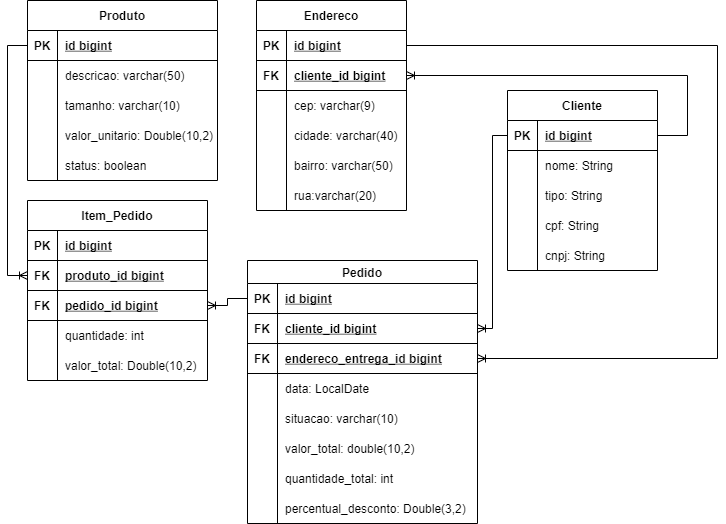
Above: outros-documentos/mer_atualizado.drawio.png in ambrosiaandrade/proway-vissemodas (draw.io), before the change. Source tidied: cells renumbered, new cells last; positions are measured from the earlier drawing's top-left corner, leaving out a move shared by most shapes.
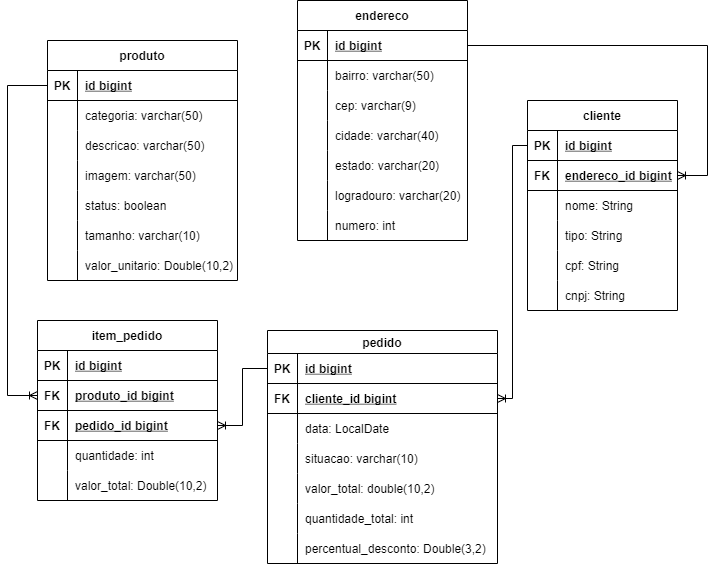
Later version of the same file.

Commit message:
Atualizando o MER do Banco

Diff of the diagram source:
```diff
@@ -4,4 +4,4 @@
     <mxCell id="1" parent="0" />
-    <mxCell id="2" value="Produto" style="shape=table;startSize=30;rowLines=0;fontStyle=1;align=center;" parent="1" vertex="1">
-      <mxGeometry x="20" width="190" height="180" as="geometry" />
+    <mxCell id="2" value="produto" style="shape=table;startSize=30;rowLines=0;fontStyle=1;align=center;" parent="1" vertex="1">
+      <mxGeometry x="20" y="30" width="190" height="240" as="geometry" />
     </mxCell>
@@ -16,4 +16,22 @@
     </mxCell>
+    <mxCell id="99" style="shape=partialRectangle;fillColor=none;top=0;left=0;bottom=0;right=0;" parent="2" vertex="1">
+      <mxGeometry y="60" width="190" height="30" as="geometry" />
+    </mxCell>
+    <mxCell id="100" style="shape=partialRectangle;fillColor=none;top=0;left=0;bottom=0;right=0;overflow=hidden;" parent="99" vertex="1">
+      <mxGeometry width="30" height="30" as="geometry" />
+    </mxCell>
+    <mxCell id="101" value="categoria: varchar(50)" style="shape=partialRectangle;fillColor=none;top=0;left=0;bottom=0;right=0;align=left;spacingLeft=6;overflow=hidden;" parent="99" vertex="1">
+      <mxGeometry x="30" width="160" height="30" as="geometry" />
+    </mxCell>
+    <mxCell id="102" style="shape=partialRectangle;fillColor=none;top=0;left=0;bottom=0;right=0;" parent="2" vertex="1">
+      <mxGeometry y="90" width="190" height="30" as="geometry" />
+    </mxCell>
+    <mxCell id="103" style="shape=partialRectangle;fillColor=none;top=0;left=0;bottom=0;right=0;overflow=hidden;" parent="102" vertex="1">
+      <mxGeometry width="30" height="30" as="geometry" />
+    </mxCell>
+    <mxCell id="104" value="descricao: varchar(50)" style="shape=partialRectangle;fillColor=none;top=0;left=0;bottom=0;right=0;align=left;spacingLeft=6;overflow=hidden;" parent="102" vertex="1">
+      <mxGeometry x="30" width="160" height="30" as="geometry" />
+    </mxCell>
     <mxCell id="6" style="shape=partialRectangle;fillColor=none;top=0;left=0;bottom=0;right=0;" parent="2" vertex="1">
-      <mxGeometry y="60" width="190" height="30" as="geometry" />
+      <mxGeometry y="120" width="190" height="30" as="geometry" />
     </mxCell>
@@ -22,7 +40,16 @@
     </mxCell>
-    <mxCell id="8" value="descricao: varchar(50)" style="shape=partialRectangle;fillColor=none;top=0;left=0;bottom=0;right=0;align=left;spacingLeft=6;overflow=hidden;" parent="6" vertex="1">
+    <mxCell id="8" value="imagem: varchar(50)" style="shape=partialRectangle;fillColor=none;top=0;left=0;bottom=0;right=0;align=left;spacingLeft=6;overflow=hidden;" parent="6" vertex="1">
       <mxGeometry x="30" width="160" height="30" as="geometry" />
     </mxCell>
+    <mxCell id="15" style="shape=partialRectangle;fillColor=none;top=0;left=0;bottom=0;right=0;" parent="2" vertex="1">
+      <mxGeometry y="150" width="190" height="30" as="geometry" />
+    </mxCell>
+    <mxCell id="16" style="shape=partialRectangle;fillColor=none;top=0;left=0;bottom=0;right=0;overflow=hidden;" parent="15" vertex="1">
+      <mxGeometry width="30" height="30" as="geometry" />
+    </mxCell>
+    <mxCell id="17" value="status: boolean" style="shape=partialRectangle;fillColor=none;top=0;left=0;bottom=0;right=0;align=left;spacingLeft=6;overflow=hidden;" parent="15" vertex="1">
+      <mxGeometry x="30" width="160" height="30" as="geometry" />
+    </mxCell>
     <mxCell id="9" style="shape=partialRectangle;fillColor=none;top=0;left=0;bottom=0;right=0;" parent="2" vertex="1">
-      <mxGeometry y="90" width="190" height="30" as="geometry" />
+      <mxGeometry y="180" width="190" height="30" as="geometry" />
     </mxCell>
@@ -35,3 +62,3 @@
     <mxCell id="12" style="shape=partialRectangle;fillColor=none;top=0;left=0;bottom=0;right=0;" parent="2" vertex="1">
-      <mxGeometry y="120" width="190" height="30" as="geometry" />
+      <mxGeometry y="210" width="190" height="30" as="geometry" />
     </mxCell>
@@ -43,13 +70,4 @@
     </mxCell>
-    <mxCell id="15" style="shape=partialRectangle;fillColor=none;top=0;left=0;bottom=0;right=0;" parent="2" vertex="1">
-      <mxGeometry y="150" width="190" height="30" as="geometry" />
-    </mxCell>
-    <mxCell id="16" style="shape=partialRectangle;fillColor=none;top=0;left=0;bottom=0;right=0;overflow=hidden;" parent="15" vertex="1">
-      <mxGeometry width="30" height="30" as="geometry" />
-    </mxCell>
-    <mxCell id="17" value="status: boolean" style="shape=partialRectangle;fillColor=none;top=0;left=0;bottom=0;right=0;align=left;spacingLeft=6;overflow=hidden;" parent="15" vertex="1">
-      <mxGeometry x="30" width="160" height="30" as="geometry" />
-    </mxCell>
-    <mxCell id="18" value="Pedido" style="shape=table;startSize=23;rowLines=0;fontStyle=1;align=center;" parent="1" vertex="1">
-      <mxGeometry x="240" y="260" width="230" height="263" as="geometry" />
+    <mxCell id="18" value="pedido" style="shape=table;startSize=23;rowLines=0;fontStyle=1;align=center;" parent="1" vertex="1">
+      <mxGeometry x="240" y="320" width="230" height="233" as="geometry" />
     </mxCell>
@@ -73,13 +91,4 @@
     </mxCell>
-    <mxCell id="25" style="shape=partialRectangle;fillColor=none;top=0;left=0;bottom=1;right=0;points=[[0,0.5],[1,0.5]];portConstraint=eastwest;" parent="18" vertex="1">
-      <mxGeometry y="83" width="230" height="30" as="geometry" />
-    </mxCell>
-    <mxCell id="26" value="FK" style="shape=partialRectangle;fillColor=none;top=0;left=0;bottom=0;right=0;fontStyle=1;overflow=hidden;" parent="25" vertex="1">
-      <mxGeometry width="30" height="30" as="geometry" />
-    </mxCell>
-    <mxCell id="27" value="endereco_entrega_id bigint" style="shape=partialRectangle;fillColor=none;top=0;left=0;bottom=0;right=0;align=left;spacingLeft=6;fontStyle=5;overflow=hidden;" parent="25" vertex="1">
-      <mxGeometry x="30" width="200" height="30" as="geometry" />
-    </mxCell>
     <mxCell id="28" style="shape=partialRectangle;fillColor=none;top=0;left=0;bottom=0;right=0;" parent="18" vertex="1">
-      <mxGeometry y="113" width="230" height="30" as="geometry" />
+      <mxGeometry y="83" width="230" height="30" as="geometry" />
     </mxCell>
@@ -92,3 +101,3 @@
     <mxCell id="31" style="shape=partialRectangle;fillColor=none;top=0;left=0;bottom=0;right=0;" parent="18" vertex="1">
-      <mxGeometry y="143" width="230" height="30" as="geometry" />
+      <mxGeometry y="113" width="230" height="30" as="geometry" />
     </mxCell>
@@ -101,3 +110,3 @@
     <mxCell id="34" style="shape=partialRectangle;fillColor=none;top=0;left=0;bottom=0;right=0;" parent="18" vertex="1">
-      <mxGeometry y="173" width="230" height="30" as="geometry" />
+      <mxGeometry y="143" width="230" height="30" as="geometry" />
     </mxCell>
@@ -110,3 +119,3 @@
     <mxCell id="37" style="shape=partialRectangle;fillColor=none;top=0;left=0;bottom=0;right=0;" parent="18" vertex="1">
-      <mxGeometry y="203" width="230" height="30" as="geometry" />
+      <mxGeometry y="173" width="230" height="30" as="geometry" />
     </mxCell>
@@ -119,3 +128,3 @@
     <mxCell id="40" style="shape=partialRectangle;fillColor=none;top=0;left=0;bottom=0;right=0;" parent="18" vertex="1">
-      <mxGeometry y="233" width="230" height="30" as="geometry" />
+      <mxGeometry y="203" width="230" height="30" as="geometry" />
     </mxCell>
@@ -127,4 +136,4 @@
     </mxCell>
-    <mxCell id="43" value="Item_Pedido" style="shape=table;startSize=30;rowLines=0;fontStyle=1;align=center;" parent="1" vertex="1">
-      <mxGeometry x="20" y="200" width="180" height="180" as="geometry" />
+    <mxCell id="43" value="item_pedido" style="shape=table;startSize=30;rowLines=0;fontStyle=1;align=center;" parent="1" vertex="1">
+      <mxGeometry x="10" y="310" width="180" height="180" as="geometry" />
     </mxCell>
@@ -175,7 +184,7 @@
     </mxCell>
-    <mxCell id="59" value="Endereco" style="shape=table;startSize=30;rowLines=0;fontStyle=1;align=center;" parent="1" vertex="1">
-      <mxGeometry x="249" width="150" height="210" as="geometry" />
+    <mxCell id="59" value="endereco" style="shape=table;startSize=30;rowLines=0;fontStyle=1;align=center;" parent="1" vertex="1">
+      <mxGeometry x="270" y="-10" width="170" height="240" as="geometry" />
     </mxCell>
     <mxCell id="60" style="shape=partialRectangle;fillColor=none;top=0;left=0;bottom=1;right=0;points=[[0,0.5],[1,0.5]];portConstraint=eastwest;" parent="59" vertex="1">
-      <mxGeometry y="30" width="150" height="30" as="geometry" />
+      <mxGeometry y="30" width="170" height="30" as="geometry" />
     </mxCell>
@@ -185,15 +194,15 @@
     <mxCell id="62" value="id bigint" style="shape=partialRectangle;fillColor=none;top=0;left=0;bottom=0;right=0;align=left;spacingLeft=6;fontStyle=5;overflow=hidden;" parent="60" vertex="1">
-      <mxGeometry x="30" width="120" height="30" as="geometry" />
+      <mxGeometry x="30" width="140" height="30" as="geometry" />
     </mxCell>
-    <mxCell id="63" style="shape=partialRectangle;fillColor=none;top=0;left=0;bottom=1;right=0;points=[[0,0.5],[1,0.5]];portConstraint=eastwest;" parent="59" vertex="1">
-      <mxGeometry y="60" width="150" height="30" as="geometry" />
-    </mxCell>
-    <mxCell id="64" value="FK" style="shape=partialRectangle;fillColor=none;top=0;left=0;bottom=0;right=0;fontStyle=1;overflow=hidden;" parent="63" vertex="1">
-      <mxGeometry width="30" height="30" as="geometry" />
-    </mxCell>
-    <mxCell id="65" value="cliente_id bigint" style="shape=partialRectangle;fillColor=none;top=0;left=0;bottom=0;right=0;align=left;spacingLeft=6;fontStyle=5;overflow=hidden;" parent="63" vertex="1">
-      <mxGeometry x="30" width="120" height="30" as="geometry" />
-    </mxCell>
+    <mxCell id="72" style="shape=partialRectangle;fillColor=none;top=0;left=0;bottom=0;right=0;" parent="59" vertex="1">
+      <mxGeometry y="60" width="170" height="30" as="geometry" />
+    </mxCell>
+    <mxCell id="73" style="shape=partialRectangle;fillColor=none;top=0;left=0;bottom=0;right=0;overflow=hidden;" parent="72" vertex="1">
+      <mxGeometry width="30" height="30" as="geometry" />
+    </mxCell>
+    <mxCell id="74" value="bairro: varchar(50)" style="shape=partialRectangle;fillColor=none;top=0;left=0;bottom=0;right=0;align=left;spacingLeft=6;overflow=hidden;" parent="72" vertex="1">
+      <mxGeometry x="30" width="140" height="30" as="geometry" />
+    </mxCell>
     <mxCell id="66" style="shape=partialRectangle;fillColor=none;top=0;left=0;bottom=0;right=0;" parent="59" vertex="1">
-      <mxGeometry y="90" width="150" height="30" as="geometry" />
+      <mxGeometry y="90" width="170" height="30" as="geometry" />
     </mxCell>
@@ -203,6 +212,6 @@
     <mxCell id="68" value="cep: varchar(9)" style="shape=partialRectangle;fillColor=none;top=0;left=0;bottom=0;right=0;align=left;spacingLeft=6;overflow=hidden;" parent="66" vertex="1">
-      <mxGeometry x="30" width="120" height="30" as="geometry" />
+      <mxGeometry x="30" width="140" height="30" as="geometry" />
     </mxCell>
     <mxCell id="69" style="shape=partialRectangle;fillColor=none;top=0;left=0;bottom=0;right=0;" parent="59" vertex="1">
-      <mxGeometry y="120" width="150" height="30" as="geometry" />
+      <mxGeometry y="120" width="170" height="30" as="geometry" />
     </mxCell>
@@ -212,15 +221,24 @@
     <mxCell id="71" value="cidade: varchar(40)" style="shape=partialRectangle;fillColor=none;top=0;left=0;bottom=0;right=0;align=left;spacingLeft=6;overflow=hidden;" parent="69" vertex="1">
-      <mxGeometry x="30" width="120" height="30" as="geometry" />
+      <mxGeometry x="30" width="140" height="30" as="geometry" />
     </mxCell>
-    <mxCell id="72" style="shape=partialRectangle;fillColor=none;top=0;left=0;bottom=0;right=0;" parent="59" vertex="1">
-      <mxGeometry y="150" width="150" height="30" as="geometry" />
-    </mxCell>
-    <mxCell id="73" style="shape=partialRectangle;fillColor=none;top=0;left=0;bottom=0;right=0;overflow=hidden;" parent="72" vertex="1">
-      <mxGeometry width="30" height="30" as="geometry" />
-    </mxCell>
-    <mxCell id="74" value="bairro: varchar(50)" style="shape=partialRectangle;fillColor=none;top=0;left=0;bottom=0;right=0;align=left;spacingLeft=6;overflow=hidden;" parent="72" vertex="1">
-      <mxGeometry x="30" width="120" height="30" as="geometry" />
-    </mxCell>
+    <mxCell id="105" style="shape=partialRectangle;fillColor=none;top=0;left=0;bottom=0;right=0;" parent="59" vertex="1">
+      <mxGeometry y="150" width="170" height="30" as="geometry" />
+    </mxCell>
+    <mxCell id="106" style="shape=partialRectangle;fillColor=none;top=0;left=0;bottom=0;right=0;overflow=hidden;" parent="105" vertex="1">
+      <mxGeometry width="30" height="30" as="geometry" />
+    </mxCell>
+    <mxCell id="107" value="estado: varchar(20)" style="shape=partialRectangle;fillColor=none;top=0;left=0;bottom=0;right=0;align=left;spacingLeft=6;overflow=hidden;" parent="105" vertex="1">
+      <mxGeometry x="30" width="140" height="30" as="geometry" />
+    </mxCell>
+    <mxCell id="108" style="shape=partialRectangle;fillColor=none;top=0;left=0;bottom=0;right=0;" parent="59" vertex="1">
+      <mxGeometry y="180" width="170" height="30" as="geometry" />
+    </mxCell>
+    <mxCell id="109" style="shape=partialRectangle;fillColor=none;top=0;left=0;bottom=0;right=0;overflow=hidden;" parent="108" vertex="1">
+      <mxGeometry width="30" height="30" as="geometry" />
+    </mxCell>
+    <mxCell id="110" value="logradouro: varchar(20)" style="shape=partialRectangle;fillColor=none;top=0;left=0;bottom=0;right=0;align=left;spacingLeft=6;overflow=hidden;" parent="108" vertex="1">
+      <mxGeometry x="30" width="140" height="30" as="geometry" />
+    </mxCell>
     <mxCell id="75" style="shape=partialRectangle;fillColor=none;top=0;left=0;bottom=0;right=0;" parent="59" vertex="1">
-      <mxGeometry y="180" width="150" height="30" as="geometry" />
+      <mxGeometry y="210" width="170" height="30" as="geometry" />
     </mxCell>
@@ -229,14 +247,5 @@
     </mxCell>
-    <mxCell id="77" value="rua:varchar(20)" style="shape=partialRectangle;fillColor=none;top=0;left=0;bottom=0;right=0;align=left;spacingLeft=6;overflow=hidden;" parent="75" vertex="1">
-      <mxGeometry x="30" width="120" height="30" as="geometry" />
+    <mxCell id="77" value="numero: int" style="shape=partialRectangle;fillColor=none;top=0;left=0;bottom=0;right=0;align=left;spacingLeft=6;overflow=hidden;" parent="75" vertex="1">
+      <mxGeometry x="30" width="140" height="30" as="geometry" />
     </mxCell>
-    <mxCell id="78" style="edgeStyle=elbowEdgeStyle;fontSize=12;html=1;endArrow=ERoneToMany;rounded=0;entryX=1;entryY=0.5;entryDx=0;entryDy=0;exitX=1;exitY=0.5;exitDx=0;exitDy=0;" parent="1" edge="1" source="60" target="25">
-      <mxGeometry relative="1" as="geometry">
-        <Array as="points">
-          <mxPoint x="710" y="260" />
-          <mxPoint x="677" y="328" />
-          <mxPoint x="517" y="548" />
-        </Array>
-      </mxGeometry>
-    </mxCell>
     <mxCell id="79" style="edgeStyle=elbowEdgeStyle;fontSize=12;html=1;endArrow=ERoneToMany;rounded=0;exitX=0;exitY=0.5;exitDx=0;exitDy=0;entryX=1;entryY=0.5;entryDx=0;entryDy=0;" parent="1" edge="1" source="19" target="50">
@@ -247,3 +256,3 @@
         <Array as="points">
-          <mxPoint y="170" />
+          <mxPoint x="-20" y="140" />
         </Array>
@@ -251,4 +260,4 @@
     </mxCell>
-    <mxCell id="81" value="Cliente" style="shape=table;startSize=30;rowLines=0;fontStyle=1;align=center;" parent="1" vertex="1">
-      <mxGeometry x="500" y="90" width="150" height="180" as="geometry" />
+    <mxCell id="81" value="cliente" style="shape=table;startSize=30;rowLines=0;fontStyle=1;align=center;" parent="1" vertex="1">
+      <mxGeometry x="500" y="90" width="150" height="210" as="geometry" />
     </mxCell>
@@ -263,4 +272,13 @@
     </mxCell>
+    <mxCell id="63" style="shape=partialRectangle;fillColor=none;top=0;left=0;bottom=1;right=0;points=[[0,0.5],[1,0.5]];portConstraint=eastwest;" parent="81" vertex="1">
+      <mxGeometry y="60" width="150" height="30" as="geometry" />
+    </mxCell>
+    <mxCell id="111" value="FK" style="shape=partialRectangle;fillColor=none;top=0;left=0;bottom=0;right=0;fontStyle=1;overflow=hidden;" parent="63" vertex="1">
+      <mxGeometry width="30" height="30" as="geometry" />
+    </mxCell>
+    <mxCell id="112" value="endereco_id bigint" style="shape=partialRectangle;fillColor=none;top=0;left=0;bottom=0;right=0;align=left;spacingLeft=6;fontStyle=5;overflow=hidden;" parent="63" vertex="1">
+      <mxGeometry x="30" width="120" height="30" as="geometry" />
+    </mxCell>
     <mxCell id="85" style="shape=partialRectangle;fillColor=none;top=0;left=0;bottom=0;right=0;" parent="81" vertex="1">
-      <mxGeometry y="60" width="150" height="30" as="geometry" />
+      <mxGeometry y="90" width="150" height="30" as="geometry" />
     </mxCell>
@@ -273,3 +291,3 @@
     <mxCell id="88" style="shape=partialRectangle;fillColor=none;top=0;left=0;bottom=0;right=0;" parent="81" vertex="1">
-      <mxGeometry y="90" width="150" height="30" as="geometry" />
+      <mxGeometry y="120" width="150" height="30" as="geometry" />
     </mxCell>
@@ -282,3 +300,3 @@
     <mxCell id="91" style="shape=partialRectangle;fillColor=none;top=0;left=0;bottom=0;right=0;" parent="81" vertex="1">
-      <mxGeometry y="120" width="150" height="30" as="geometry" />
+      <mxGeometry y="150" width="150" height="30" as="geometry" />
     </mxCell>
@@ -291,3 +309,3 @@
     <mxCell id="94" style="shape=partialRectangle;fillColor=none;top=0;left=0;bottom=0;right=0;" parent="81" vertex="1">
-      <mxGeometry y="150" width="150" height="30" as="geometry" />
+      <mxGeometry y="180" width="150" height="30" as="geometry" />
     </mxCell>
@@ -299,11 +317,2 @@
     </mxCell>
-    <mxCell id="97" style="edgeStyle=elbowEdgeStyle;fontSize=12;html=1;endArrow=ERoneToMany;rounded=0;entryX=1;entryY=0.5;entryDx=0;entryDy=0;exitX=1;exitY=0.5;exitDx=0;exitDy=0;" parent="1" edge="1" source="82" target="63">
-      <mxGeometry relative="1" as="geometry">
-        <Array as="points">
-          <mxPoint x="680" y="210" />
-          <mxPoint x="710" y="200" />
-          <mxPoint x="640" y="180" />
-        </Array>
-      </mxGeometry>
-    </mxCell>
     <mxCell id="98" style="edgeStyle=elbowEdgeStyle;fontSize=12;html=1;endArrow=ERoneToMany;rounded=0;entryX=1;entryY=0.5;entryDx=0;entryDy=0;exitX=0;exitY=0.5;exitDx=0;exitDy=0;" parent="1" edge="1" source="82" target="22">
@@ -311,2 +320,9 @@
     </mxCell>
+    <mxCell id="113" style="edgeStyle=elbowEdgeStyle;fontSize=12;html=1;endArrow=ERoneToMany;rounded=0;entryX=1;entryY=0.5;entryDx=0;entryDy=0;exitX=1;exitY=0.5;exitDx=0;exitDy=0;" parent="1" edge="1" source="60" target="63">
+      <mxGeometry relative="1" as="geometry">
+        <Array as="points">
+          <mxPoint x="680" y="90" />
+        </Array>
+      </mxGeometry>
+    </mxCell>
   </root>
```
